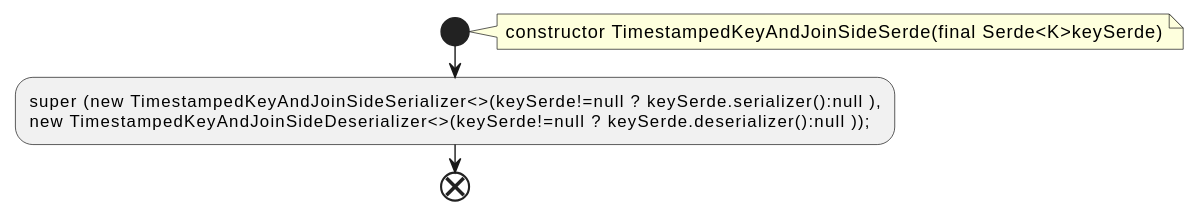
This is docs/qc/streams/src/main/java/org/apache/kafka/streams/state/internals/TimestampedKeyAndJoinSideSerde.java.fct.svg from qualitesys/kafka, a PlantUML export, as it was before one commit. Its diagram source:
```plantuml
@startuml
!pragma layout smetana
start
note right
constructor TimestampedKeyAndJoinSideSerde(final Serde<K>keySerde)
end note
:super (new TimestampedKeyAndJoinSideSerializer<>(keySerde!=null ? keySerde.serializer():null ),
new TimestampedKeyAndJoinSideDeserializer<>(keySerde!=null ? keySerde.deserializer():null ));;
end
@enduml
```
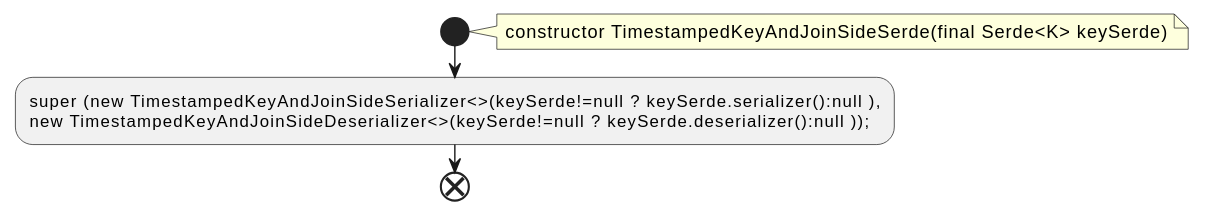
The same file after the commit.

What changed in the source:
```diff
@@ -2,7 +2,7 @@
 !pragma layout smetana
 start
 note right
-constructor TimestampedKeyAndJoinSideSerde(final Serde<K>keySerde)
+constructor TimestampedKeyAndJoinSideSerde(final Serde<K> keySerde)
 end note
 :super (new TimestampedKeyAndJoinSideSerializer<>(keySerde!=null ? keySerde.serializer():null ),
 new TimestampedKeyAndJoinSideDeserializer<>(keySerde!=null ? keySerde.deserializer():null ));;
```
